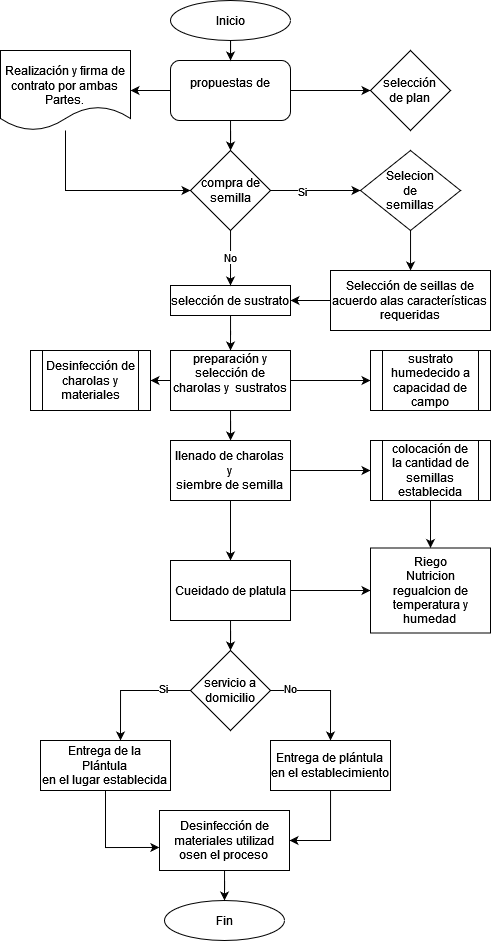
Earlier version of the draw.io export Diagrama sin título.drawio.png (420Avila/Modelo-Canvas). Source tidied: cells renumbered, new cells last; positions are measured from the earlier drawing's top-left corner, leaving out a move shared by most shapes.
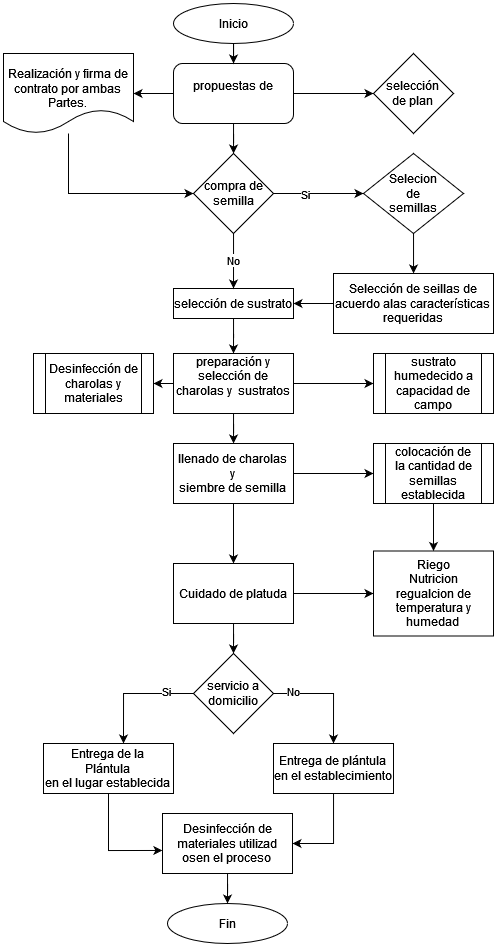
Later version of the same file.

Diff of the diagram source:
```diff
@@ -99,7 +99,7 @@
     <mxCell id="30" style="edgeStyle=orthogonalEdgeStyle;rounded=0;jettySize=auto;html=1;entryX=0.5;entryY=0;entryDx=0;entryDy=0;" parent="1" edge="1" source="31" target="37">
       <mxGeometry relative="1" as="geometry" />
     </mxCell>
-    <mxCell id="31" value="Cueidado de platula" style="rounded=0;whiteSpace=wrap;html=1;" parent="1" vertex="1">
+    <mxCell id="31" value="Cuidado de platuda" style="rounded=0;whiteSpace=wrap;html=1;" parent="1" vertex="1">
       <mxGeometry x="170" y="560" width="120" height="60" as="geometry" />
     </mxCell>
     <mxCell id="32" value="&lt;div&gt;Riego&lt;/div&gt;&lt;div&gt;Nutricion&lt;/div&gt;&lt;div&gt;regualcion de temperatura y humedad&lt;br&gt;&lt;/div&gt;" style="rounded=0;whiteSpace=wrap;html=1;" parent="1" vertex="1">
```
